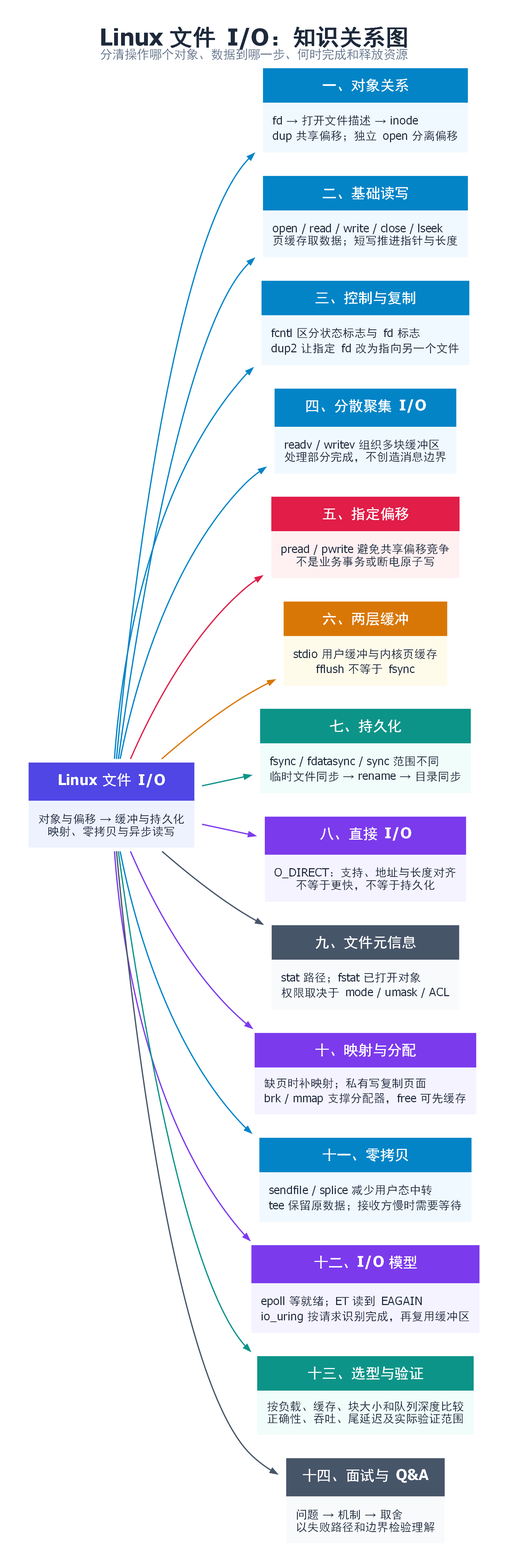
Earlier version of the Graphviz export Linux系统API/二.文件IO/file-io-assets/mindmap.png (zingerWang/Jobs). Its source is kept beside it as Linux系统API/二.文件IO/file-io-assets/mindmap.dot.
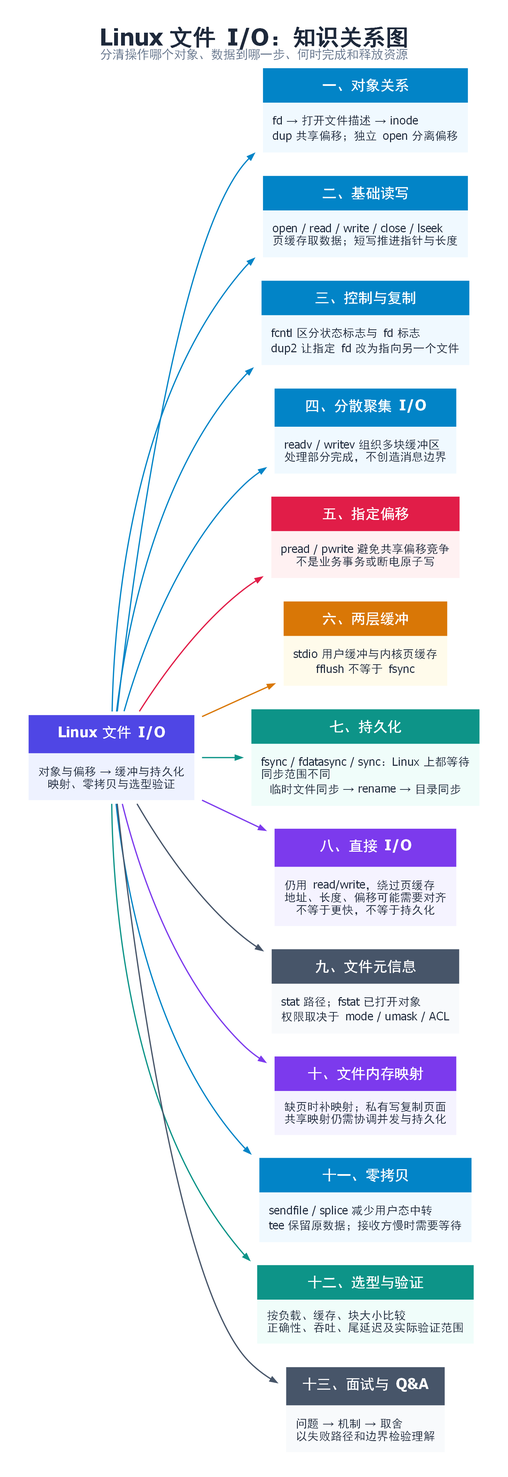
After the change.

What changed in the source:
```diff
@@ -2,21 +2,20 @@
 graph [rankdir=LR, bgcolor="white", dpi=200, pad=0.3, nodesep=0.22, ranksep=0.6, fontname="PingFang SC", labelloc=t, label=<<FONT POINT-SIZE="24" COLOR="#1E293B"><B>Linux 文件 I/O：知识关系图</B></FONT><BR/><FONT POINT-SIZE="13" COLOR="#64748B">分清操作哪个对象、数据到哪一步、何时完成和释放资源</FONT>>];
 node [shape=plaintext, fontname="PingFang SC"];
 edge [fontname="PingFang SC", fontsize=11, arrowsize=0.7, arrowhead=normal, penwidth=1.3];
-root [label=<<TABLE BORDER="0" CELLBORDER="0" CELLSPACING="0" CELLPADDING="10"><TR><TD BGCOLOR="#4F46E5"><FONT COLOR="white" POINT-SIZE="15"><B>Linux 文件 I/O</B></FONT></TD></TR><TR><TD BGCOLOR="#EEF2FF" ALIGN="LEFT"><FONT COLOR="#1E293B" POINT-SIZE="12">对象与偏移 → 缓冲与持久化<BR ALIGN="LEFT"/>映射、零拷贝与异步读写</FONT></TD></TR></TABLE>>];
+root [label=<<TABLE BORDER="0" CELLBORDER="0" CELLSPACING="0" CELLPADDING="10"><TR><TD BGCOLOR="#4F46E5"><FONT COLOR="white" POINT-SIZE="15"><B>Linux 文件 I/O</B></FONT></TD></TR><TR><TD BGCOLOR="#EEF2FF" ALIGN="LEFT"><FONT COLOR="#1E293B" POINT-SIZE="12">对象与偏移 → 缓冲与持久化<BR ALIGN="LEFT"/>映射、零拷贝与选型验证</FONT></TD></TR></TABLE>>];
 n0 [label=<<TABLE BORDER="0" CELLBORDER="0" CELLSPACING="0" CELLPADDING="10"><TR><TD BGCOLOR="#0284C7"><FONT COLOR="white" POINT-SIZE="15"><B>一、对象关系</B></FONT></TD></TR><TR><TD BGCOLOR="#F0F9FF" ALIGN="LEFT"><FONT COLOR="#1E293B" POINT-SIZE="12">fd → 打开文件描述 → inode<BR ALIGN="LEFT"/>dup 共享偏移；独立 open 分离偏移</FONT></TD></TR></TABLE>>];
 n1 [label=<<TABLE BORDER="0" CELLBORDER="0" CELLSPACING="0" CELLPADDING="10"><TR><TD BGCOLOR="#0284C7"><FONT COLOR="white" POINT-SIZE="15"><B>二、基础读写</B></FONT></TD></TR><TR><TD BGCOLOR="#F0F9FF" ALIGN="LEFT"><FONT COLOR="#1E293B" POINT-SIZE="12">open / read / write / close / lseek<BR ALIGN="LEFT"/>页缓存取数据；短写推进指针与长度</FONT></TD></TR></TABLE>>];
 n2 [label=<<TABLE BORDER="0" CELLBORDER="0" CELLSPACING="0" CELLPADDING="10"><TR><TD BGCOLOR="#0284C7"><FONT COLOR="white" POINT-SIZE="15"><B>三、控制与复制</B></FONT></TD></TR><TR><TD BGCOLOR="#F0F9FF" ALIGN="LEFT"><FONT COLOR="#1E293B" POINT-SIZE="12">fcntl 区分状态标志与 fd 标志<BR ALIGN="LEFT"/>dup2 让指定 fd 改为指向另一个文件</FONT></TD></TR></TABLE>>];
 n3 [label=<<TABLE BORDER="0" CELLBORDER="0" CELLSPACING="0" CELLPADDING="10"><TR><TD BGCOLOR="#0284C7"><FONT COLOR="white" POINT-SIZE="15"><B>四、分散聚集 I/O</B></FONT></TD></TR><TR><TD BGCOLOR="#F0F9FF" ALIGN="LEFT"><FONT COLOR="#1E293B" POINT-SIZE="12">readv / writev 组织多块缓冲区<BR ALIGN="LEFT"/>处理部分完成，不创造消息边界</FONT></TD></TR></TABLE>>];
 n4 [label=<<TABLE BORDER="0" CELLBORDER="0" CELLSPACING="0" CELLPADDING="10"><TR><TD BGCOLOR="#E11D48"><FONT COLOR="white" POINT-SIZE="15"><B>五、指定偏移</B></FONT></TD></TR><TR><TD BGCOLOR="#FFF1F2" ALIGN="LEFT"><FONT COLOR="#1E293B" POINT-SIZE="12">pread / pwrite 避免共享偏移竞争<BR ALIGN="LEFT"/>不是业务事务或断电原子写</FONT></TD></TR></TABLE>>];
 n5 [label=<<TABLE BORDER="0" CELLBORDER="0" CELLSPACING="0" CELLPADDING="10"><TR><TD BGCOLOR="#D97706"><FONT COLOR="white" POINT-SIZE="15"><B>六、两层缓冲</B></FONT></TD></TR><TR><TD BGCOLOR="#FFFBEB" ALIGN="LEFT"><FONT COLOR="#1E293B" POINT-SIZE="12">stdio 用户缓冲与内核页缓存<BR ALIGN="LEFT"/>fflush 不等于 fsync</FONT></TD></TR></TABLE>>];
-n6 [label=<<TABLE BORDER="0" CELLBORDER="0" CELLSPACING="0" CELLPADDING="10"><TR><TD BGCOLOR="#0D9488"><FONT COLOR="white" POINT-SIZE="15"><B>七、持久化</B></FONT></TD></TR><TR><TD BGCOLOR="#F0FDFA" ALIGN="LEFT"><FONT COLOR="#1E293B" POINT-SIZE="12">fsync / fdatasync / sync 范围不同<BR ALIGN="LEFT"/>临时文件同步 → rename → 目录同步</FONT></TD></TR></TABLE>>];
-n7 [label=<<TABLE BORDER="0" CELLBORDER="0" CELLSPACING="0" CELLPADDING="10"><TR><TD BGCOLOR="#7C3AED"><FONT COLOR="white" POINT-SIZE="15"><B>八、直接 I/O</B></FONT></TD></TR><TR><TD BGCOLOR="#F5F3FF" ALIGN="LEFT"><FONT COLOR="#1E293B" POINT-SIZE="12">O_DIRECT：支持、地址与长度对齐<BR ALIGN="LEFT"/>不等于更快，不等于持久化</FONT></TD></TR></TABLE>>];
+n6 [label=<<TABLE BORDER="0" CELLBORDER="0" CELLSPACING="0" CELLPADDING="10"><TR><TD BGCOLOR="#0D9488"><FONT COLOR="white" POINT-SIZE="15"><B>七、持久化</B></FONT></TD></TR><TR><TD BGCOLOR="#F0FDFA" ALIGN="LEFT"><FONT COLOR="#1E293B" POINT-SIZE="12">fsync / fdatasync / sync：Linux 上都等待<BR ALIGN="LEFT"/>同步范围不同<BR ALIGN="LEFT"/>临时文件同步 → rename → 目录同步</FONT></TD></TR></TABLE>>];
+n7 [label=<<TABLE BORDER="0" CELLBORDER="0" CELLSPACING="0" CELLPADDING="10"><TR><TD BGCOLOR="#7C3AED"><FONT COLOR="white" POINT-SIZE="15"><B>八、直接 I/O</B></FONT></TD></TR><TR><TD BGCOLOR="#F5F3FF" ALIGN="LEFT"><FONT COLOR="#1E293B" POINT-SIZE="12">仍用 read/write，绕过页缓存<BR ALIGN="LEFT"/>地址、长度、偏移可能需要对齐<BR ALIGN="LEFT"/>不等于更快，不等于持久化</FONT></TD></TR></TABLE>>];
 n8 [label=<<TABLE BORDER="0" CELLBORDER="0" CELLSPACING="0" CELLPADDING="10"><TR><TD BGCOLOR="#475569"><FONT COLOR="white" POINT-SIZE="15"><B>九、文件元信息</B></FONT></TD></TR><TR><TD BGCOLOR="#F8FAFC" ALIGN="LEFT"><FONT COLOR="#1E293B" POINT-SIZE="12">stat 路径；fstat 已打开对象<BR ALIGN="LEFT"/>权限取决于 mode / umask / ACL</FONT></TD></TR></TABLE>>];
-n9 [label=<<TABLE BORDER="0" CELLBORDER="0" CELLSPACING="0" CELLPADDING="10"><TR><TD BGCOLOR="#7C3AED"><FONT COLOR="white" POINT-SIZE="15"><B>十、映射与分配</B></FONT></TD></TR><TR><TD BGCOLOR="#F5F3FF" ALIGN="LEFT"><FONT COLOR="#1E293B" POINT-SIZE="12">缺页时补映射；私有写复制页面<BR ALIGN="LEFT"/>brk / mmap 支撑分配器，free 可先缓存</FONT></TD></TR></TABLE>>];
+n9 [label=<<TABLE BORDER="0" CELLBORDER="0" CELLSPACING="0" CELLPADDING="10"><TR><TD BGCOLOR="#7C3AED"><FONT COLOR="white" POINT-SIZE="15"><B>十、文件内存映射</B></FONT></TD></TR><TR><TD BGCOLOR="#F5F3FF" ALIGN="LEFT"><FONT COLOR="#1E293B" POINT-SIZE="12">缺页时补映射；私有写复制页面<BR ALIGN="LEFT"/>共享映射仍需协调并发与持久化</FONT></TD></TR></TABLE>>];
 n10 [label=<<TABLE BORDER="0" CELLBORDER="0" CELLSPACING="0" CELLPADDING="10"><TR><TD BGCOLOR="#0284C7"><FONT COLOR="white" POINT-SIZE="15"><B>十一、零拷贝</B></FONT></TD></TR><TR><TD BGCOLOR="#F0F9FF" ALIGN="LEFT"><FONT COLOR="#1E293B" POINT-SIZE="12">sendfile / splice 减少用户态中转<BR ALIGN="LEFT"/>tee 保留原数据；接收方慢时需要等待</FONT></TD></TR></TABLE>>];
-n11 [label=<<TABLE BORDER="0" CELLBORDER="0" CELLSPACING="0" CELLPADDING="10"><TR><TD BGCOLOR="#7C3AED"><FONT COLOR="white" POINT-SIZE="15"><B>十二、I/O 模型</B></FONT></TD></TR><TR><TD BGCOLOR="#F5F3FF" ALIGN="LEFT"><FONT COLOR="#1E293B" POINT-SIZE="12">epoll 等就绪；ET 读到 EAGAIN<BR ALIGN="LEFT"/>io_uring 按请求识别完成，再复用缓冲区</FONT></TD></TR></TABLE>>];
-n12 [label=<<TABLE BORDER="0" CELLBORDER="0" CELLSPACING="0" CELLPADDING="10"><TR><TD BGCOLOR="#0D9488"><FONT COLOR="white" POINT-SIZE="15"><B>十三、选型与验证</B></FONT></TD></TR><TR><TD BGCOLOR="#F0FDFA" ALIGN="LEFT"><FONT COLOR="#1E293B" POINT-SIZE="12">按负载、缓存、块大小和队列深度比较<BR ALIGN="LEFT"/>正确性、吞吐、尾延迟及实际验证范围</FONT></TD></TR></TABLE>>];
-n13 [label=<<TABLE BORDER="0" CELLBORDER="0" CELLSPACING="0" CELLPADDING="10"><TR><TD BGCOLOR="#475569"><FONT COLOR="white" POINT-SIZE="15"><B>十四、面试与 Q&amp;A</B></FONT></TD></TR><TR><TD BGCOLOR="#F8FAFC" ALIGN="LEFT"><FONT COLOR="#1E293B" POINT-SIZE="12">问题 → 机制 → 取舍<BR ALIGN="LEFT"/>以失败路径和边界检验理解</FONT></TD></TR></TABLE>>];
+n12 [label=<<TABLE BORDER="0" CELLBORDER="0" CELLSPACING="0" CELLPADDING="10"><TR><TD BGCOLOR="#0D9488"><FONT COLOR="white" POINT-SIZE="15"><B>十二、选型与验证</B></FONT></TD></TR><TR><TD BGCOLOR="#F0FDFA" ALIGN="LEFT"><FONT COLOR="#1E293B" POINT-SIZE="12">按负载、缓存、块大小比较<BR ALIGN="LEFT"/>正确性、吞吐、尾延迟及实际验证范围</FONT></TD></TR></TABLE>>];
+n13 [label=<<TABLE BORDER="0" CELLBORDER="0" CELLSPACING="0" CELLPADDING="10"><TR><TD BGCOLOR="#475569"><FONT COLOR="white" POINT-SIZE="15"><B>十三、面试与 Q&amp;A</B></FONT></TD></TR><TR><TD BGCOLOR="#F8FAFC" ALIGN="LEFT"><FONT COLOR="#1E293B" POINT-SIZE="12">问题 → 机制 → 取舍<BR ALIGN="LEFT"/>以失败路径和边界检验理解</FONT></TD></TR></TABLE>>];
 root -> n0 [label="", color="#0284C7", fontcolor="#0284C7"];
 root -> n1 [label="", color="#0284C7", fontcolor="#0284C7"];
 root -> n2 [label="", color="#0284C7", fontcolor="#0284C7"];
@@ -28,7 +27,6 @@
 root -> n8 [label="", color="#475569", fontcolor="#475569"];
 root -> n9 [label="", color="#7C3AED", fontcolor="#7C3AED"];
 root -> n10 [label="", color="#0284C7", fontcolor="#0284C7"];
-root -> n11 [label="", color="#7C3AED", fontcolor="#7C3AED"];
 root -> n12 [label="", color="#0D9488", fontcolor="#0D9488"];
 root -> n13 [label="", color="#475569", fontcolor="#475569"];
 
```
